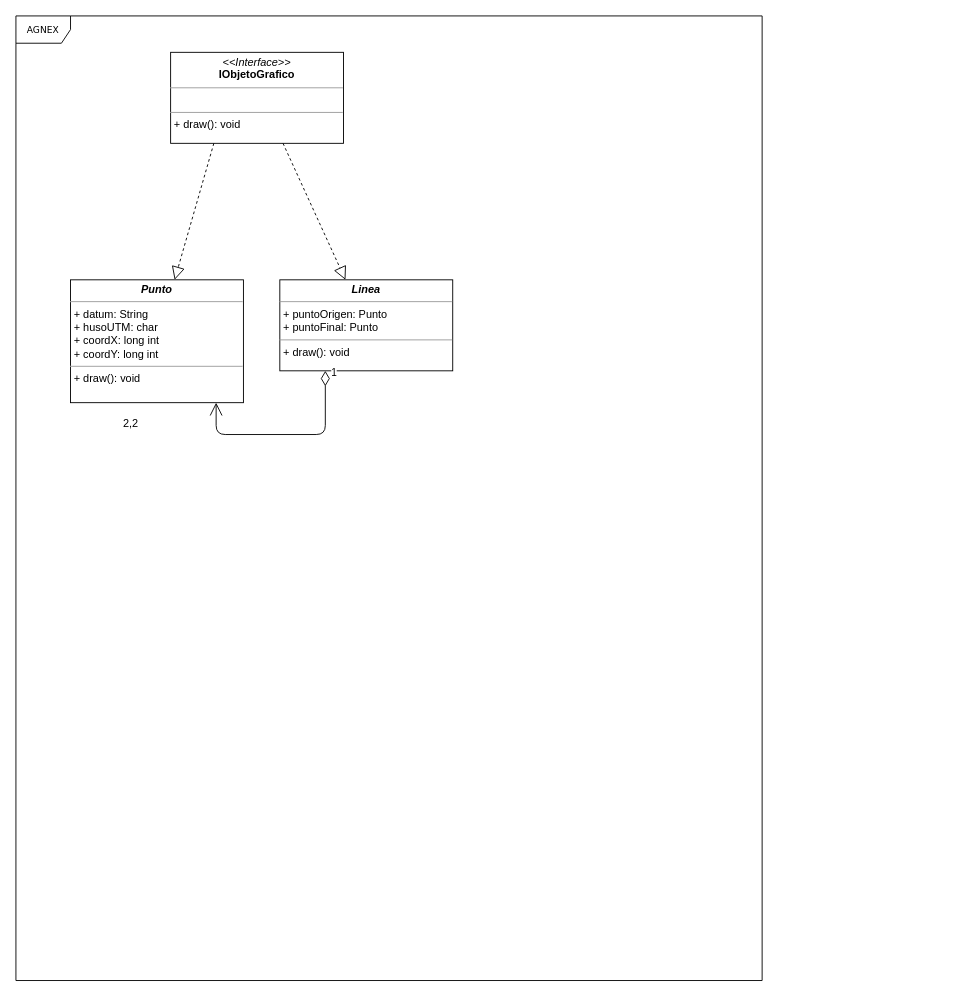
Earlier version of the draw.io diagram Docu elaborada/ModeloDeDominio.drawio (pquella/buscaminas). Source tidied: cells renumbered, new cells numbered last; positions are measured from the earlier drawing's top-left corner, leaving out a move shared by most shapes. Both pictures are drawn from the tidied source at 91%, with x=0, y=0 at pixel (15, 15).
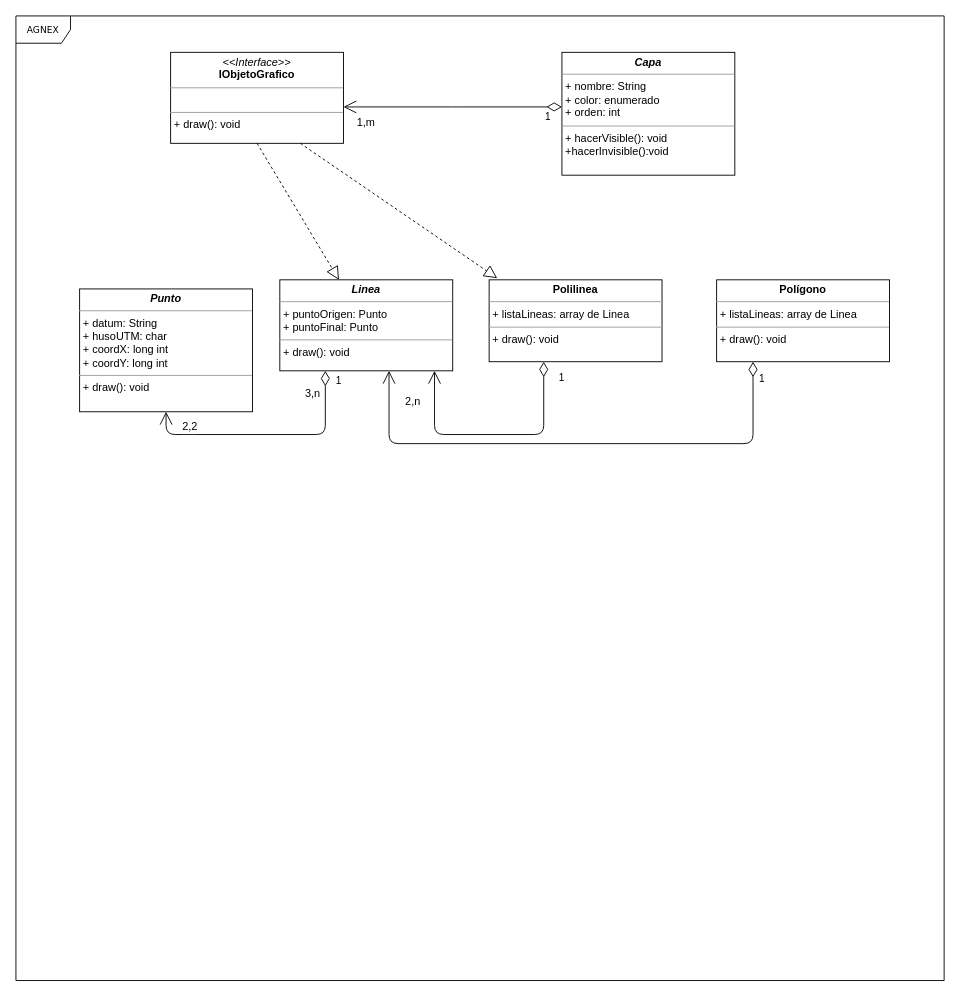
The same diagram, later.

Unchanged cells that the change refers to:
```xml
<mxCell id="3" value="&lt;p style=&quot;margin: 0px ; margin-top: 4px ; text-align: center&quot;&gt;&lt;i&gt;&amp;lt;&amp;lt;Interface&amp;gt;&amp;gt;&lt;/i&gt;&lt;br&gt;&lt;b&gt;IObjetoGrafico&lt;/b&gt;&lt;/p&gt;&lt;hr size=&quot;1&quot;&gt;&lt;br&gt;&lt;hr size=&quot;1&quot;&gt;&lt;p style=&quot;margin: 0px ; margin-left: 4px&quot;&gt;+ draw(): void&lt;br&gt;&lt;br&gt;&lt;/p&gt;" style="verticalAlign=top;align=left;overflow=fill;fontSize=12;fontFamily=Helvetica;html=1;rounded=0;shadow=0;comic=0;labelBackgroundColor=none;strokeColor=#000000;strokeWidth=1;fillColor=#ffffff;" parent="1" vertex="1">
  <mxGeometry x="170" y="40" width="190" height="100" as="geometry" />
</mxCell>
<mxCell id="5" value="&lt;p style=&quot;margin: 0px ; margin-top: 4px ; text-align: center&quot;&gt;&lt;i&gt;&lt;b&gt;Linea&lt;/b&gt;&lt;/i&gt;&lt;b&gt;&lt;/b&gt;&lt;/p&gt;&lt;hr size=&quot;1&quot;&gt;&lt;p style=&quot;margin: 0px ; margin-left: 4px&quot;&gt;+ puntoOrigen: Punto&lt;br&gt;+ puntoFinal: Punto&lt;/p&gt;&lt;hr size=&quot;1&quot;&gt;&lt;p style=&quot;margin: 0px ; margin-left: 4px&quot;&gt;+ draw(): void&lt;br&gt;&lt;/p&gt;" style="verticalAlign=top;align=left;overflow=fill;fontSize=12;fontFamily=Helvetica;html=1;rounded=0;shadow=0;comic=0;labelBackgroundColor=none;strokeColor=#000000;strokeWidth=1;fillColor=#ffffff;" parent="1" vertex="1">
  <mxGeometry x="290" y="290" width="190" height="100" as="geometry" />
</mxCell>
```

The edit, as a diff of the source:
```diff
@@
     <mxCell id="2" value="AGNEX" style="shape=umlFrame;whiteSpace=wrap;html=1;rounded=0;shadow=0;comic=0;labelBackgroundColor=none;strokeColor=#000000;strokeWidth=1;fillColor=#ffffff;fontFamily=Verdana;fontSize=10;fontColor=#000000;align=center;" parent="1" vertex="1">
-      <mxGeometry width="820" height="1060" as="geometry" />
+      <mxGeometry width="1020" height="1060" as="geometry" />
     </mxCell>
@@
-    <mxCell id="4" value="&lt;p style=&quot;margin: 0px ; margin-top: 4px ; text-align: center&quot;&gt;&lt;i&gt;&lt;b&gt;Punto&lt;/b&gt;&lt;/i&gt;&lt;b&gt;&lt;/b&gt;&lt;/p&gt;&lt;hr size=&quot;1&quot;&gt;&lt;p style=&quot;margin: 0px ; margin-left: 4px&quot;&gt;+ datum: String&lt;br&gt;+ husoUTM: char&lt;/p&gt;&lt;p style=&quot;margin: 0px ; margin-left: 4px&quot;&gt;+ coordX: long int&lt;/p&gt;&lt;p style=&quot;margin: 0px ; margin-left: 4px&quot;&gt;+ coordY: long int&lt;/p&gt;&lt;hr size=&quot;1&quot;&gt;&lt;p style=&quot;margin: 0px ; margin-left: 4px&quot;&gt;+ draw(): void&lt;br&gt;&lt;/p&gt;" style="verticalAlign=top;align=left;overflow=fill;fontSize=12;fontFamily=Helvetica;html=1;rounded=0;shadow=0;comic=0;labelBackgroundColor=none;strokeColor=#000000;strokeWidth=1;fillColor=#ffffff;" parent="1" vertex="1">
-      <mxGeometry x="60" y="290" width="190" height="135" as="geometry" />
+    <mxCell id="4" value="&lt;p style=&quot;margin: 0px ; margin-top: 4px ; text-align: center&quot;&gt;&lt;i&gt;&lt;b&gt;Capa&lt;/b&gt;&lt;/i&gt;&lt;br&gt;&lt;/p&gt;&lt;hr size=&quot;1&quot;&gt;&lt;p style=&quot;margin: 0px ; margin-left: 4px&quot;&gt;+ nombre: String&lt;br&gt;+ color: enumerado&lt;br&gt;&lt;/p&gt;&lt;p style=&quot;margin: 0px ; margin-left: 4px&quot;&gt;+ orden: int&lt;/p&gt;&lt;hr size=&quot;1&quot;&gt;&lt;p style=&quot;margin: 0px ; margin-left: 4px&quot;&gt;+ hacerVisible(): void&lt;/p&gt;&lt;p style=&quot;margin: 0px ; margin-left: 4px&quot;&gt;+hacerInvisible():void&lt;br&gt;&lt;/p&gt;" style="verticalAlign=top;align=left;overflow=fill;fontSize=12;fontFamily=Helvetica;html=1;rounded=0;shadow=0;comic=0;labelBackgroundColor=none;strokeColor=#000000;strokeWidth=1;fillColor=#ffffff;" parent="1" vertex="1">
+      <mxGeometry x="600" y="40" width="190" height="135" as="geometry" />
     </mxCell>
@@
-    <mxCell id="6" style="endArrow=block;dashed=1;endFill=0;endSize=12;html=1;shadow=0;exitX=0.25;exitY=1;exitDx=0;exitDy=0;" parent="1" edge="1" source="3" target="4">
-      <mxGeometry relative="1" as="geometry" />
-    </mxCell>
-    <mxCell id="7" style="endArrow=block;dashed=1;endFill=0;endSize=12;html=1;shadow=0;exitX=0.25;exitY=1;exitDx=0;exitDy=0;" parent="1" edge="1" target="5">
-      <mxGeometry relative="1" as="geometry">
-        <mxPoint x="293.5" y="140" as="sourcePoint" />
-      </mxGeometry>
+    <mxCell id="7" style="endArrow=block;dashed=1;endFill=0;endSize=12;html=1;shadow=0;exitX=0.5;exitY=1;exitDx=0;exitDy=0;" parent="1" edge="1" source="3" target="5">
+      <mxGeometry relative="1" as="geometry" />
     </mxCell>
-    <mxCell id="8" value="1" style="endArrow=open;html=1;endSize=12;startArrow=diamondThin;startSize=14;startFill=0;edgeStyle=orthogonalEdgeStyle;align=left;verticalAlign=bottom;shadow=0;" parent="1" edge="1" source="5" target="4">
-      <mxGeometry x="-0.9" y="5" relative="1" as="geometry">
+    <mxCell id="8" value="1" style="endArrow=open;html=1;endSize=12;startArrow=diamondThin;startSize=14;startFill=0;edgeStyle=orthogonalEdgeStyle;align=left;verticalAlign=bottom;shadow=0;entryX=0.5;entryY=1;entryDx=0;entryDy=0;" parent="1" edge="1" source="5" target="17">
+      <mxGeometry x="-0.85" y="10" relative="1" as="geometry">
         <Array as="points">
           <mxPoint x="340" y="460" />
-          <mxPoint x="220" y="460" />
+          <mxPoint x="165" y="460" />
         </Array>
       </mxGeometry>
     </mxCell>
     <mxCell id="9" value="2,2" style="text;html=1;align=center;verticalAlign=middle;labelBackgroundColor=#ffffff;" parent="8" vertex="1">
       <mxGeometry x="-0.84" relative="1" as="geometry">
-        <mxPoint x="-215" y="39" as="offset" />
+        <mxPoint x="-150" y="39" as="offset" />
       </mxGeometry>
     </mxCell>
+    <mxCell id="10" value="&lt;p style=&quot;margin: 0px ; margin-top: 4px ; text-align: center&quot;&gt;&lt;b&gt;Polilinea&lt;/b&gt;&lt;/p&gt;&lt;hr size=&quot;1&quot;&gt;&lt;p style=&quot;margin: 0px ; margin-left: 4px&quot;&gt;+ listaLineas: array de Linea&lt;br&gt;&lt;/p&gt;&lt;hr size=&quot;1&quot;&gt;&lt;p style=&quot;margin: 0px ; margin-left: 4px&quot;&gt;+ draw(): void&lt;br&gt;&lt;/p&gt;" style="verticalAlign=top;align=left;overflow=fill;fontSize=12;fontFamily=Helvetica;html=1;rounded=0;shadow=0;comic=0;labelBackgroundColor=none;strokeColor=#000000;strokeWidth=1;fillColor=#ffffff;" parent="1" vertex="1">
+      <mxGeometry x="520" y="290" width="190" height="90" as="geometry" />
+    </mxCell>
+    <mxCell id="11" value="1" style="endArrow=open;html=1;endSize=12;startArrow=diamondThin;startSize=14;startFill=0;edgeStyle=orthogonalEdgeStyle;align=left;verticalAlign=bottom;shadow=0;" parent="1" edge="1" source="10" target="5">
+      <mxGeometry x="-0.8" y="15" relative="1" as="geometry">
+        <Array as="points">
+          <mxPoint x="580" y="460" />
+          <mxPoint x="460" y="460" />
+        </Array>
+      </mxGeometry>
+    </mxCell>
+    <mxCell id="12" value="2,n" style="text;html=1;align=center;verticalAlign=middle;labelBackgroundColor=#ffffff;" parent="11" vertex="1">
+      <mxGeometry x="-0.84" relative="1" as="geometry">
+        <mxPoint x="-145" y="21" as="offset" />
+      </mxGeometry>
+    </mxCell>
+    <mxCell id="13" style="endArrow=block;dashed=1;endFill=0;endSize=12;html=1;shadow=0;exitX=0.75;exitY=1;exitDx=0;exitDy=0;entryX=0.047;entryY=-0.02;entryDx=0;entryDy=0;entryPerimeter=0;" parent="1" edge="1" source="3" target="10">
+      <mxGeometry relative="1" as="geometry" />
+    </mxCell>
+    <mxCell id="14" value="&lt;p style=&quot;margin: 0px ; margin-top: 4px ; text-align: center&quot;&gt;&lt;b&gt;Polígono&lt;/b&gt;&lt;/p&gt;&lt;hr size=&quot;1&quot;&gt;&lt;p style=&quot;margin: 0px ; margin-left: 4px&quot;&gt;+ listaLineas: array de Linea&lt;br&gt;&lt;/p&gt;&lt;hr size=&quot;1&quot;&gt;&lt;p style=&quot;margin: 0px ; margin-left: 4px&quot;&gt;+ draw(): void&lt;br&gt;&lt;/p&gt;" style="verticalAlign=top;align=left;overflow=fill;fontSize=12;fontFamily=Helvetica;html=1;rounded=0;shadow=0;comic=0;labelBackgroundColor=none;strokeColor=#000000;strokeWidth=1;fillColor=#ffffff;" parent="1" vertex="1">
+      <mxGeometry x="770" y="290" width="190" height="90" as="geometry" />
+    </mxCell>
+    <mxCell id="15" value="1" style="endArrow=open;html=1;endSize=12;startArrow=diamondThin;startSize=14;startFill=0;edgeStyle=orthogonalEdgeStyle;align=left;verticalAlign=bottom;shadow=0;" parent="1" edge="1" source="14" target="5">
+      <mxGeometry x="-0.9" y="5" relative="1" as="geometry">
+        <Array as="points">
+          <mxPoint x="810" y="470" />
+          <mxPoint x="410" y="470" />
+        </Array>
+      </mxGeometry>
+    </mxCell>
+    <mxCell id="16" value="3,n" style="text;html=1;align=center;verticalAlign=middle;labelBackgroundColor=#ffffff;" parent="15" vertex="1">
+      <mxGeometry x="-0.84" relative="1" as="geometry">
+        <mxPoint x="-485" y="-12" as="offset" />
+      </mxGeometry>
+    </mxCell>
+    <mxCell id="17" value="&lt;p style=&quot;margin: 0px ; margin-top: 4px ; text-align: center&quot;&gt;&lt;i&gt;&lt;b&gt;Punto&lt;/b&gt;&lt;/i&gt;&lt;b&gt;&lt;/b&gt;&lt;/p&gt;&lt;hr size=&quot;1&quot;&gt;&lt;p style=&quot;margin: 0px ; margin-left: 4px&quot;&gt;+ datum: String&lt;br&gt;+ husoUTM: char&lt;/p&gt;&lt;p style=&quot;margin: 0px ; margin-left: 4px&quot;&gt;+ coordX: long int&lt;/p&gt;&lt;p style=&quot;margin: 0px ; margin-left: 4px&quot;&gt;+ coordY: long int&lt;/p&gt;&lt;hr size=&quot;1&quot;&gt;&lt;p style=&quot;margin: 0px ; margin-left: 4px&quot;&gt;+ draw(): void&lt;br&gt;&lt;/p&gt;" style="verticalAlign=top;align=left;overflow=fill;fontSize=12;fontFamily=Helvetica;html=1;rounded=0;shadow=0;comic=0;labelBackgroundColor=none;strokeColor=#000000;strokeWidth=1;fillColor=#ffffff;" parent="1" vertex="1">
+      <mxGeometry x="70" y="300" width="190" height="135" as="geometry" />
+    </mxCell>
+    <mxCell id="18" value="1" style="endArrow=open;html=1;endSize=12;startArrow=diamondThin;startSize=14;startFill=0;edgeStyle=orthogonalEdgeStyle;align=left;verticalAlign=bottom;shadow=0;" parent="1" edge="1" source="4">
+      <mxGeometry x="-0.08" y="92" relative="1" as="geometry">
+        <mxPoint x="360" y="100" as="targetPoint" />
+        <Array as="points">
+          <mxPoint x="490" y="100" />
+          <mxPoint x="490" y="100" />
+        </Array>
+        <mxPoint x="90" y="-72" as="offset" />
+      </mxGeometry>
+    </mxCell>
+    <mxCell id="19" value="1,m" style="text;html=1;strokeColor=none;fillColor=none;align=center;verticalAlign=middle;whiteSpace=wrap;rounded=0;" parent="1" vertex="1">
+      <mxGeometry x="365" y="107.5" width="40" height="20" as="geometry" />
+    </mxCell>
```
